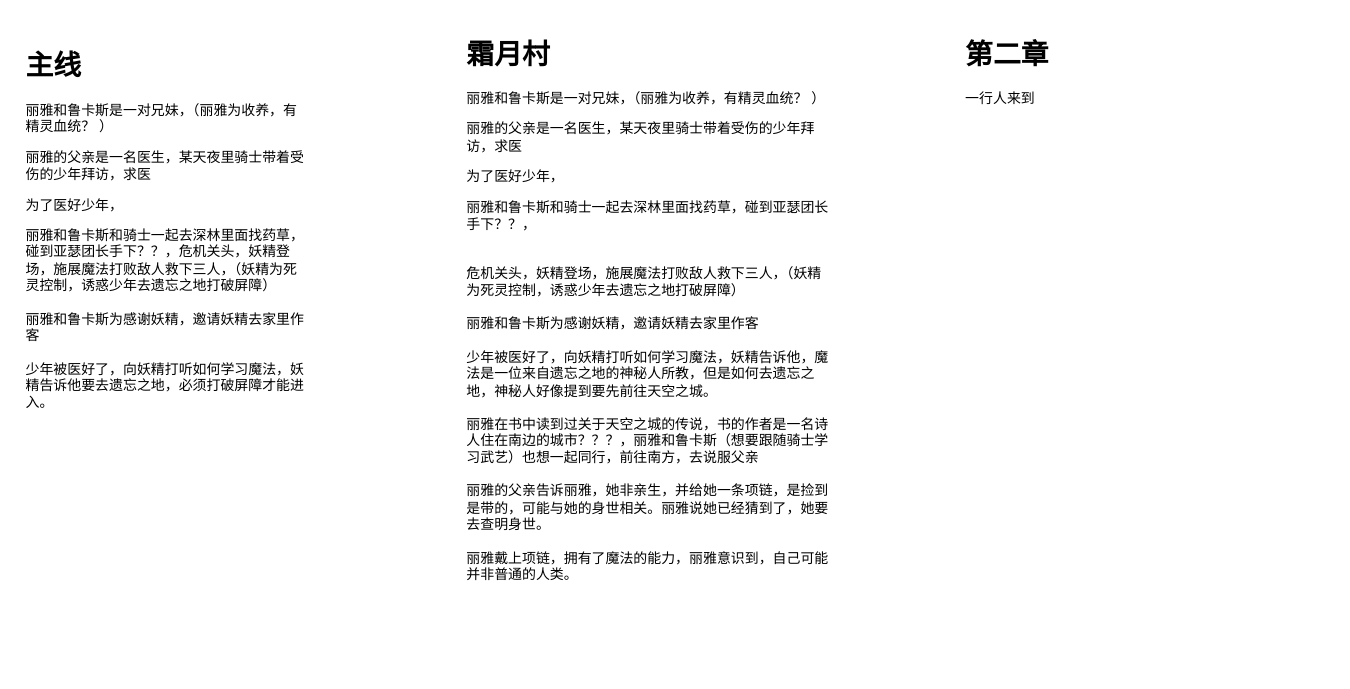
The draw.io diagram page "story" (8 of 10) of unity.drawio in goldmine/base, before the edit. Source tidied: cells renumbered, new cells numbered last; positions are measured from the earlier drawing's top-left corner, leaving out a move shared by most shapes. Both pictures are drawn from the tidied source at 116%, with x=0, y=0 at pixel (20, 31).
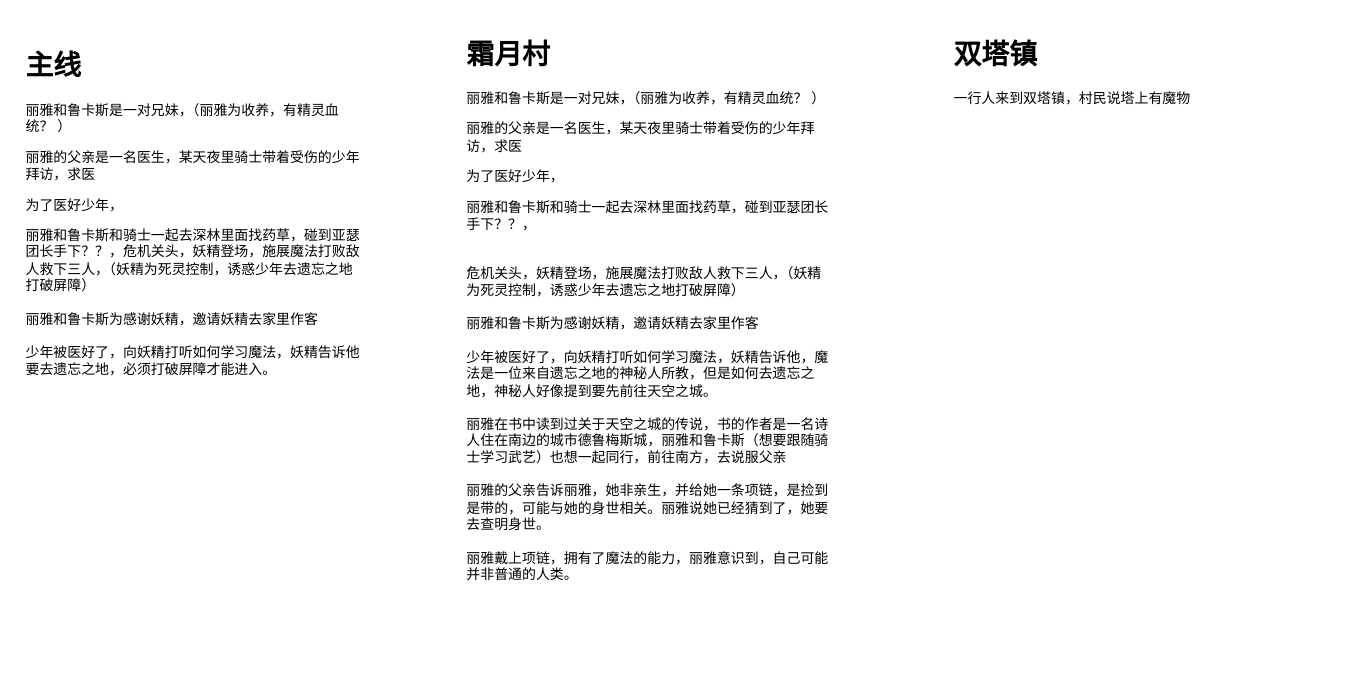
The same page after the edit.

Diff of the diagram source:
```diff
@@
 <mxGraphModel>
   <root>
     <mxCell id="0" />
     <mxCell id="1" parent="0" />
     <mxCell id="2" value="&lt;h1&gt;主线&lt;/h1&gt;&lt;p&gt;丽雅和鲁卡斯是一对兄妹，（丽雅为收养，有精灵血统？ ）&lt;/p&gt;&lt;p&gt;丽雅的父亲是一名医生，某天夜里&lt;span style=&quot;background-color: initial;&quot;&gt;骑士带着受伤的少年拜访，求医&lt;/span&gt;&lt;/p&gt;&lt;p&gt;为了医好少年，&lt;/p&gt;丽雅和鲁卡斯和骑士一起去深林里面找药草，碰到亚瑟团长手下？？，危机关头，妖精登场，施展魔法打败敌人救下三人，（妖精为死灵控制，诱惑少年去遗忘之地打破屏障）&lt;br&gt;&lt;br&gt;丽雅和鲁卡斯为感谢妖精，邀请妖精去家里作客&lt;br&gt;&lt;br&gt;少年被医好了，向妖精打听如何学习魔法，妖精告诉他要去遗忘之地，必须打破屏障才能进入。&lt;br&gt;&lt;br&gt;&lt;br&gt;&lt;br&gt;&lt;br&gt;&lt;br&gt;&lt;br&gt;&lt;br&gt;" style="text;html=1;strokeColor=none;fillColor=none;spacing=5;spacingTop=-20;whiteSpace=wrap;overflow=hidden;rounded=0;" parent="1" vertex="1">
-      <mxGeometry y="10" width="250" height="330" as="geometry" />
+      <mxGeometry y="10" width="300" height="380" as="geometry" />
     </mxCell>
-    <mxCell id="3" value="&lt;h1&gt;霜月村&lt;/h1&gt;&lt;p&gt;丽雅和鲁卡斯是一对兄妹，（丽雅为收养，有精灵血统？ ）&lt;/p&gt;&lt;p&gt;丽雅的父亲是一名医生，某天夜里&lt;span style=&quot;background-color: initial;&quot;&gt;骑士带着受伤的少年拜访，求医&lt;/span&gt;&lt;/p&gt;&lt;p&gt;为了医好少年，&lt;/p&gt;丽雅和鲁卡斯和骑士一起去深林里面找药草，碰到亚瑟团长手下？？，&lt;br&gt;&lt;br&gt;&lt;br&gt;危机关头，妖精登场，施展魔法打败敌人救下三人，（妖精为死灵控制，诱惑少年去遗忘之地打破屏障）&lt;br&gt;&lt;br&gt;丽雅和鲁卡斯为感谢妖精，邀请妖精去家里作客&lt;br&gt;&lt;br&gt;少年被医好了，向妖精打听如何学习魔法，妖精告诉他，魔法是一位来自遗忘之地的神秘人所教，但是如何去遗忘之地，神秘人好像提到要先前往天空之城。&lt;br&gt;&lt;br&gt;丽雅在书中读到过关于天空之城的传说，书的作者是一名诗人住在南边的城市？？？，丽雅和鲁卡斯（想要跟随骑士学习武艺）也想一起同行，前往南方，去说服父亲&lt;br&gt;&lt;br&gt;丽雅的父亲告诉丽雅，她非亲生，并给她一条项链，是捡到是带的，可能与她的身世相关。丽雅说她已经猜到了，她要去查明身世。&lt;br&gt;&lt;br&gt;丽雅戴上项链，拥有了魔法的能力，丽雅意识到，自己可能并非普通的人类。&lt;br&gt;&lt;br&gt;&lt;br&gt;&lt;br&gt;&lt;br&gt;&lt;br&gt;&lt;br&gt;&lt;br&gt;&lt;br&gt;&lt;br&gt;&lt;br&gt;&lt;br&gt;&lt;br&gt;&lt;br&gt;&lt;br&gt;" style="text;html=1;strokeColor=none;fillColor=none;spacing=5;spacingTop=-20;whiteSpace=wrap;overflow=hidden;rounded=0;" parent="1" vertex="1">
+    <mxCell id="3" value="&lt;h1&gt;霜月村&lt;/h1&gt;&lt;p&gt;丽雅和鲁卡斯是一对兄妹，（丽雅为收养，有精灵血统？ ）&lt;/p&gt;&lt;p&gt;丽雅的父亲是一名医生，某天夜里&lt;span style=&quot;background-color: initial;&quot;&gt;骑士带着受伤的少年拜访，求医&lt;/span&gt;&lt;/p&gt;&lt;p&gt;为了医好少年，&lt;/p&gt;丽雅和鲁卡斯和骑士一起去深林里面找药草，碰到亚瑟团长手下？？，&lt;br&gt;&lt;br&gt;&lt;br&gt;危机关头，妖精登场，施展魔法打败敌人救下三人，（妖精为死灵控制，诱惑少年去遗忘之地打破屏障）&lt;br&gt;&lt;br&gt;丽雅和鲁卡斯为感谢妖精，邀请妖精去家里作客&lt;br&gt;&lt;br&gt;少年被医好了，向妖精打听如何学习魔法，妖精告诉他，魔法是一位来自遗忘之地的神秘人所教，但是如何去遗忘之地，神秘人好像提到要先前往天空之城。&lt;br&gt;&lt;br&gt;丽雅在书中读到过关于天空之城的传说，书的作者是一名诗人住在南边的城市德鲁梅斯城，丽雅和鲁卡斯（想要跟随骑士学习武艺）也想一起同行，前往南方，去说服父亲&lt;br&gt;&lt;br&gt;丽雅的父亲告诉丽雅，她非亲生，并给她一条项链，是捡到是带的，可能与她的身世相关。丽雅说她已经猜到了，她要去查明身世。&lt;br&gt;&lt;br&gt;丽雅戴上项链，拥有了魔法的能力，丽雅意识到，自己可能并非普通的人类。&lt;br&gt;&lt;br&gt;&lt;br&gt;&lt;br&gt;&lt;br&gt;&lt;br&gt;&lt;br&gt;&lt;br&gt;&lt;br&gt;&lt;br&gt;&lt;br&gt;&lt;br&gt;&lt;br&gt;&lt;br&gt;" style="text;html=1;strokeColor=none;fillColor=none;spacing=5;spacingTop=-20;whiteSpace=wrap;overflow=hidden;rounded=0;" parent="1" vertex="1">
       <mxGeometry x="380" width="320" height="500" as="geometry" />
     </mxCell>
-    <mxCell id="4" value="&lt;h1&gt;第二章&lt;/h1&gt;&lt;p&gt;&lt;/p&gt;一行人来到&lt;br&gt;&lt;br&gt;&lt;br&gt;&lt;br&gt;&lt;br&gt;&lt;br&gt;&lt;br&gt;&lt;br&gt;&lt;br&gt;&lt;br&gt;&lt;br&gt;" style="text;html=1;strokeColor=none;fillColor=none;spacing=5;spacingTop=-20;whiteSpace=wrap;overflow=hidden;rounded=0;" parent="1" vertex="1">
-      <mxGeometry x="810" width="320" height="550" as="geometry" />
+    <mxCell id="4" value="&lt;h1&gt;双塔镇&lt;/h1&gt;&lt;p&gt;&lt;/p&gt;一行人来到双塔镇，村民说塔上有魔物&lt;br&gt;&lt;br&gt;&lt;br&gt;&lt;br&gt;&lt;br&gt;&lt;br&gt;&lt;br&gt;&lt;br&gt;" style="text;html=1;strokeColor=none;fillColor=none;spacing=5;spacingTop=-20;whiteSpace=wrap;overflow=hidden;rounded=0;" parent="1" vertex="1">
+      <mxGeometry x="800" width="320" height="550" as="geometry" />
     </mxCell>
   </root>
 </mxGraphModel>
```
